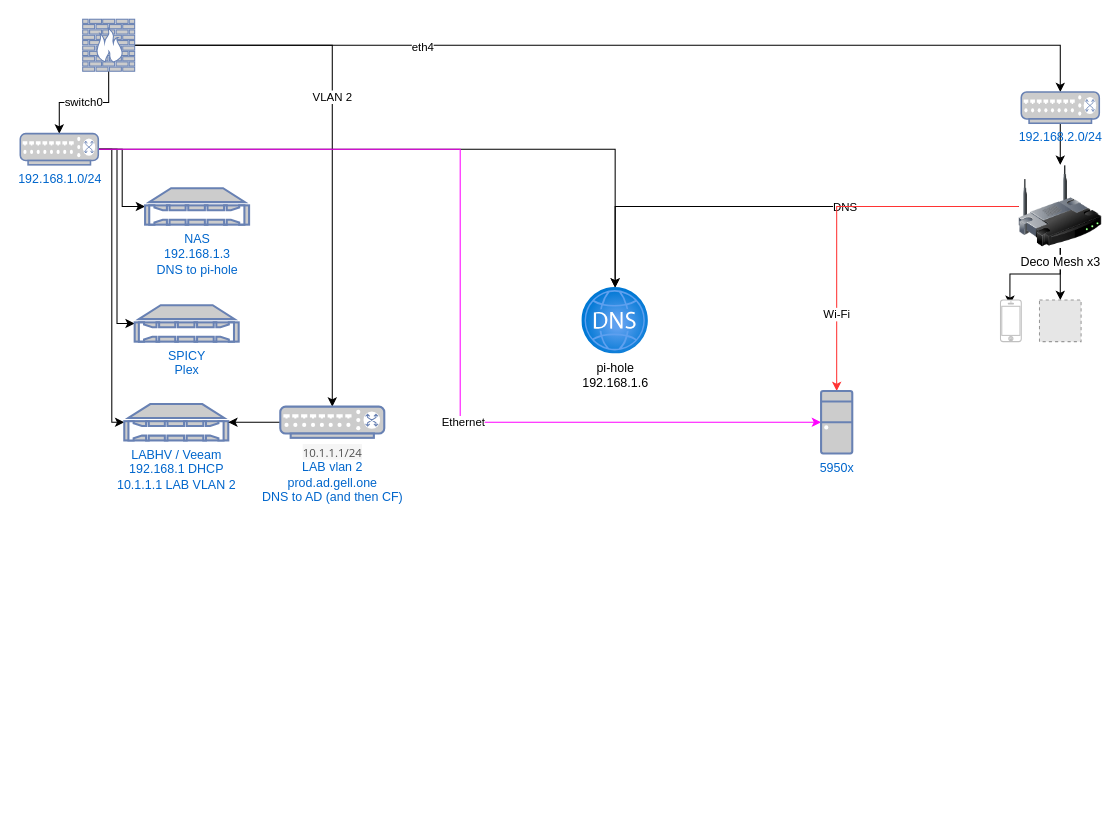
adamgell/homelab keeps this draw.io diagram as Untitled Diagram.drawio. Above is the earlier version. Source tidied: cells renumbered, new cells numbered last; positions are measured from the earlier drawing's top-left corner, leaving out a move shared by most shapes. Both pictures are drawn from the tidied source at 104%, with x=0, y=0 at pixel (20, 19). Pictures stored in the file or linked from it are replaced by grey dashed boxes.
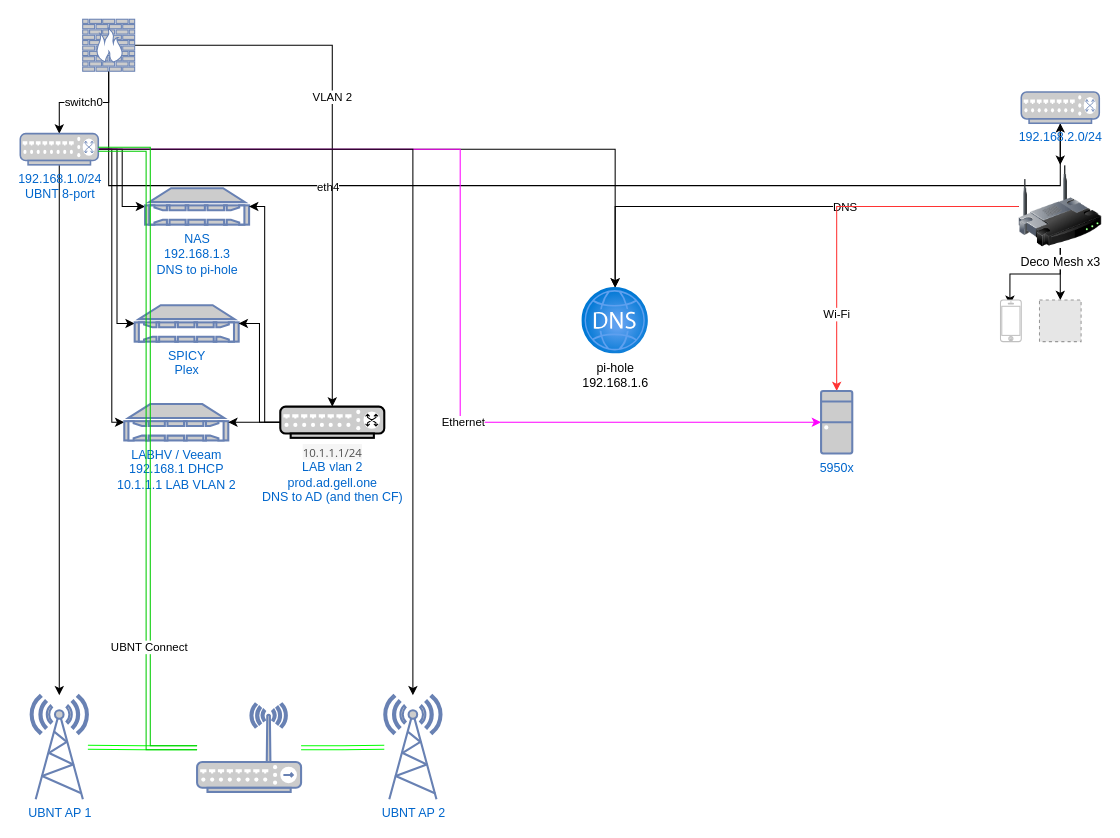
The same page after the edit.

The change refers to these unchanged cells:
```xml
<mxCell id="8" style="fontColor=#0066CC;verticalAlign=top;verticalLabelPosition=bottom;labelPosition=center;align=center;html=1;outlineConnect=0;fillColor=#CCCCCC;strokeColor=#6881B3;gradientColor=none;gradientDirection=north;strokeWidth=2;shape=mxgraph.networks.firewall;" parent="1" vertex="1">
  <mxGeometry x="60" width="50" height="50" as="geometry" />
</mxCell>
<mxCell id="17" value="192.168.2.0/24" style="fontColor=#0066CC;verticalAlign=top;verticalLabelPosition=bottom;labelPosition=center;align=center;html=1;outlineConnect=0;fillColor=#CCCCCC;strokeColor=#6881B3;gradientColor=none;gradientDirection=north;strokeWidth=2;shape=mxgraph.networks.switch;" parent="1" vertex="1">
  <mxGeometry x="962.5" y="70" width="75" height="30" as="geometry" />
</mxCell>
<mxCell id="27" value="NAS&lt;br&gt;192.168.1.3&lt;br&gt;DNS to pi-hole" style="fontColor=#0066CC;verticalAlign=top;verticalLabelPosition=bottom;labelPosition=center;align=center;html=1;outlineConnect=0;fillColor=#CCCCCC;strokeColor=#6881B3;gradientColor=none;gradientDirection=north;strokeWidth=2;shape=mxgraph.networks.nas_filer;" parent="1" vertex="1">
  <mxGeometry x="120" y="162.5" width="100" height="35" as="geometry" />
</mxCell>
<mxCell id="29" value="SPICY&lt;br&gt;Plex" style="fontColor=#0066CC;verticalAlign=top;verticalLabelPosition=bottom;labelPosition=center;align=center;html=1;outlineConnect=0;fillColor=#CCCCCC;strokeColor=#6881B3;gradientColor=none;gradientDirection=north;strokeWidth=2;shape=mxgraph.networks.nas_filer;" parent="1" vertex="1">
  <mxGeometry x="110" y="275" width="100" height="35" as="geometry" />
</mxCell>
```

Diff of the diagram source:
```diff
@@
     <mxCell id="4" style="edgeStyle=orthogonalEdgeStyle;rounded=0;jettySize=auto;html=1;" parent="1" edge="1" source="8" target="17">
-      <mxGeometry relative="1" as="geometry" />
+      <mxGeometry relative="1" as="geometry">
+        <Array as="points">
+          <mxPoint x="85" y="160" />
+          <mxPoint x="1000" y="160" />
+        </Array>
+      </mxGeometry>
     </mxCell>
@@
+    <mxCell id="34" style="rounded=0;jettySize=auto;html=1;strokeColor=#000000;fillColor=#FF6666;elbow=vertical;edgeStyle=orthogonalEdgeStyle;" parent="1" edge="1" source="15" target="38">
+      <mxGeometry relative="1" as="geometry" />
+    </mxCell>
+    <mxCell id="35" style="edgeStyle=orthogonalEdgeStyle;rounded=0;jettySize=auto;html=1;strokeColor=#000000;fillColor=#FF6666;elbow=vertical;" parent="1" edge="1" source="15" target="39">
+      <mxGeometry relative="1" as="geometry" />
+    </mxCell>
-    <mxCell id="15" value="192.168.1.0/24" style="fontColor=#0066CC;verticalAlign=top;verticalLabelPosition=bottom;labelPosition=center;align=center;html=1;outlineConnect=0;fillColor=#CCCCCC;strokeColor=#6881B3;gradientColor=none;gradientDirection=north;strokeWidth=2;shape=mxgraph.networks.switch;" parent="1" vertex="1">
+    <mxCell id="15" value="192.168.1.0/24&lt;br&gt;UBNT 8-port" style="fontColor=#0066CC;verticalAlign=top;verticalLabelPosition=bottom;labelPosition=center;align=center;html=1;outlineConnect=0;fillColor=#CCCCCC;strokeColor=#6881B3;gradientColor=none;gradientDirection=north;strokeWidth=2;shape=mxgraph.networks.switch;" parent="1" vertex="1">
       <mxGeometry y="110" width="75" height="30" as="geometry" />
     </mxCell>
@@
+    <mxCell id="36" style="edgeStyle=elbowEdgeStyle;rounded=0;jettySize=auto;html=1;shadow=0;strokeColor=#000000;fillColor=#FF6666;" parent="1" edge="1" source="32" target="27">
+      <mxGeometry relative="1" as="geometry" />
+    </mxCell>
+    <mxCell id="37" style="edgeStyle=elbowEdgeStyle;rounded=0;jettySize=auto;html=1;shadow=0;strokeColor=#000000;fillColor=#FF6666;" parent="1" edge="1" source="32" target="29">
+      <mxGeometry relative="1" as="geometry" />
+    </mxCell>
-    <mxCell id="32" value="&lt;span style=&quot;color: rgb(79, 79, 79); font-family: &amp;quot;Open Sans&amp;quot;, sans-serif; font-size: 11px; text-align: start; background-color: rgb(245, 245, 245);&quot;&gt;10.1.1.1/24&lt;/span&gt;&lt;br&gt;LAB vlan 2&lt;br&gt;prod.ad.gell.one&lt;br&gt;DNS to AD (and then CF)" style="fontColor=#0066CC;verticalAlign=top;verticalLabelPosition=bottom;labelPosition=center;align=center;html=1;outlineConnect=0;fillColor=#CCCCCC;strokeColor=#6881B3;gradientColor=none;gradientDirection=north;strokeWidth=2;shape=mxgraph.networks.switch;" parent="1" vertex="1">
+    <mxCell id="32" value="&lt;span style=&quot;color: rgb(79, 79, 79); font-family: &amp;quot;Open Sans&amp;quot;, sans-serif; font-size: 11px; text-align: start; background-color: rgb(245, 245, 245);&quot;&gt;10.1.1.1/24&lt;/span&gt;&lt;br&gt;LAB vlan 2&lt;br&gt;prod.ad.gell.one&lt;br&gt;DNS to AD (and then CF)" style="fontColor=#0066CC;verticalAlign=top;verticalLabelPosition=bottom;labelPosition=center;align=center;html=1;outlineConnect=0;fillColor=#CCCCCC;strokeColor=#000000;gradientColor=none;gradientDirection=north;strokeWidth=2;shape=mxgraph.networks.switch;" parent="1" vertex="1">
       <mxGeometry x="250" y="372.5" width="100" height="30" as="geometry" />
     </mxCell>
@@
+    <mxCell id="38" value="UBNT AP 1&lt;br&gt;" style="fontColor=#0066CC;verticalAlign=top;verticalLabelPosition=bottom;labelPosition=center;align=center;html=1;outlineConnect=0;fillColor=#CCCCCC;strokeColor=#6881B3;gradientColor=none;gradientDirection=north;strokeWidth=2;shape=mxgraph.networks.radio_tower;" parent="1" vertex="1">
+      <mxGeometry x="10" y="650" width="55" height="100" as="geometry" />
+    </mxCell>
+    <mxCell id="39" value="UBNT AP 2&lt;br&gt;" style="fontColor=#0066CC;verticalAlign=top;verticalLabelPosition=bottom;labelPosition=center;align=center;html=1;outlineConnect=0;fillColor=#CCCCCC;strokeColor=#6881B3;gradientColor=none;gradientDirection=north;strokeWidth=2;shape=mxgraph.networks.radio_tower;" parent="1" vertex="1">
+      <mxGeometry x="350" y="650" width="55" height="100" as="geometry" />
+    </mxCell>
+    <mxCell id="40" style="edgeStyle=orthogonalEdgeStyle;rounded=0;jettySize=auto;html=1;strokeColor=#00FF00;fillColor=#FF6666;elbow=vertical;shape=link;" parent="1" edge="1" source="44" target="38">
+      <mxGeometry relative="1" as="geometry" />
+    </mxCell>
+    <mxCell id="41" style="edgeStyle=orthogonalEdgeStyle;rounded=0;jettySize=auto;html=1;strokeColor=#00FF00;fillColor=#FF6666;elbow=vertical;shape=link;" parent="1" edge="1" source="44" target="39">
+      <mxGeometry relative="1" as="geometry" />
+    </mxCell>
+    <mxCell id="42" style="edgeStyle=elbowEdgeStyle;rounded=0;jettySize=auto;html=1;strokeColor=#00CC00;fillColor=#FF6666;shadow=0;shape=link;" parent="1" edge="1" source="44" target="15">
+      <mxGeometry relative="1" as="geometry" />
+    </mxCell>
+    <mxCell id="43" value="UBNT Connect" style="edgeLabel;html=1;align=center;verticalAlign=middle;" parent="42" vertex="1">
+      <mxGeometry x="-0.57" relative="1" as="geometry" />
+    </mxCell>
+    <mxCell id="44" style="fontColor=#0066CC;verticalAlign=top;verticalLabelPosition=bottom;labelPosition=center;align=center;html=1;outlineConnect=0;fillColor=#CCCCCC;strokeColor=#6881B3;gradientColor=none;gradientDirection=north;strokeWidth=2;shape=mxgraph.networks.wireless_hub;" parent="1" vertex="1">
+      <mxGeometry x="170" y="658" width="100" height="85" as="geometry" />
+    </mxCell>
```
